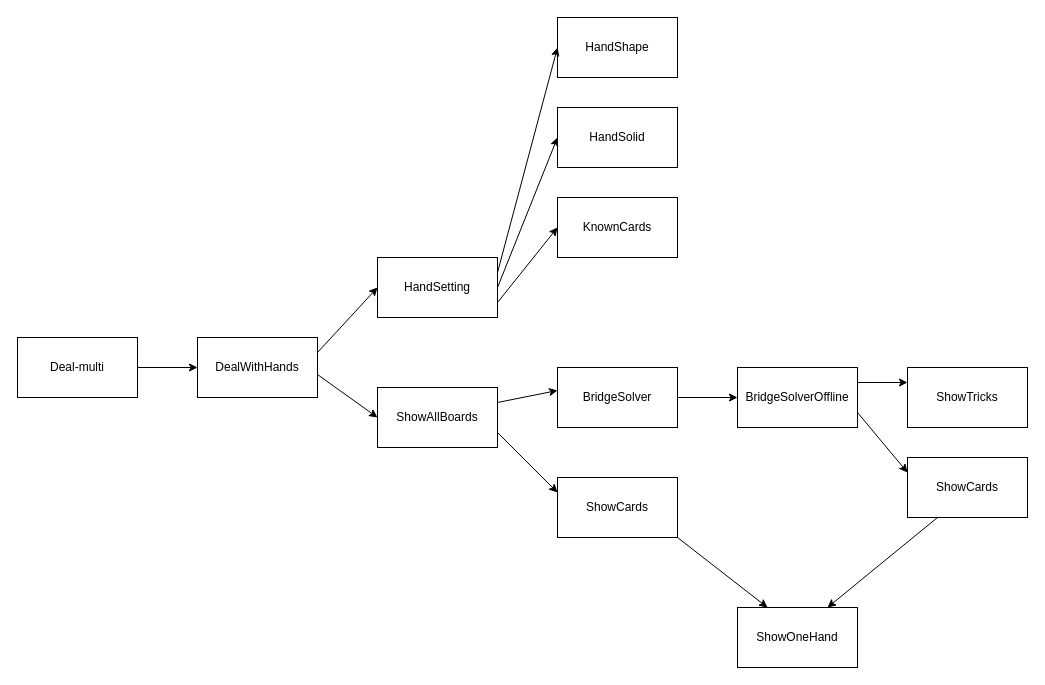
Above: architecture.drawio in S-N-O-R-L-A-X/Bridge-Tools (draw.io), before the change. Source tidied: cells renumbered, new cells numbered last; positions are measured from the earlier drawing's top-left corner, leaving out a move shared by most shapes. Both pictures are drawn from the tidied source at 100%, with x=0, y=0 at pixel (17, 17).
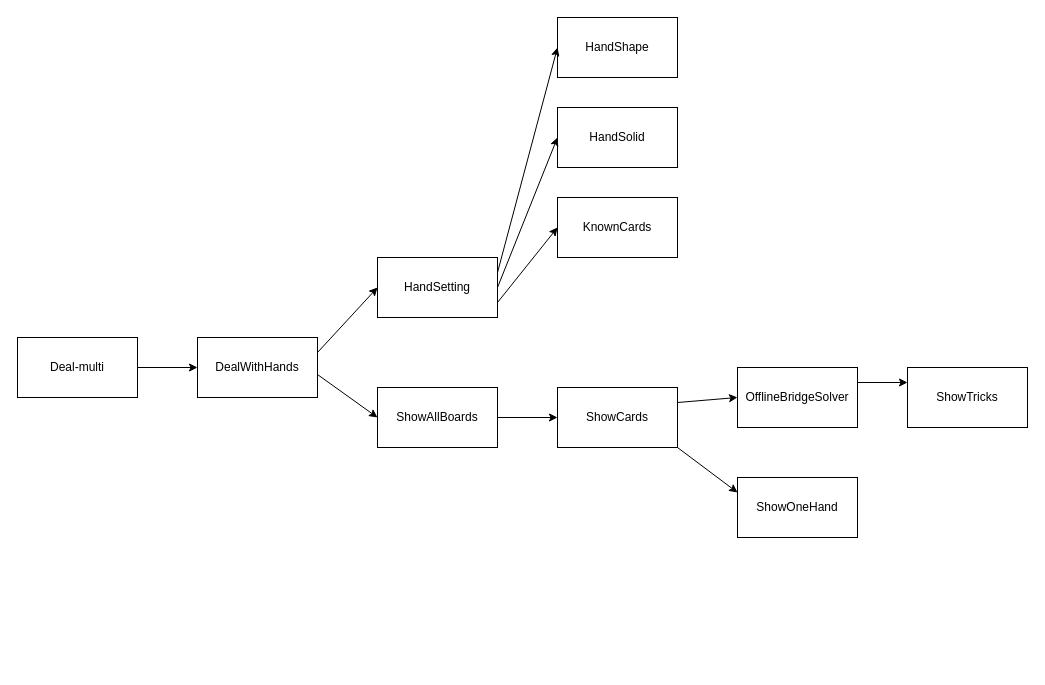
The same diagram, later.

Commit message (it also covers changes not shown here):
feat: add lazy loading for dds

The change refers to these unchanged cells:
```xml
<mxCell id="5" value="ShowAllBoards" style="rounded=0;whiteSpace=wrap;html=1;" parent="1" vertex="1">
  <mxGeometry x="360" y="370" width="120" height="60" as="geometry" />
</mxCell>
```

What changed in the source:
```diff
@@
-    <mxCell id="6" value="BridgeSolver" style="rounded=0;whiteSpace=wrap;html=1;" parent="1" vertex="1">
-      <mxGeometry x="540" y="350" width="120" height="60" as="geometry" />
-    </mxCell>
     <mxCell id="7" value="ShowCards" style="rounded=0;whiteSpace=wrap;html=1;" parent="1" vertex="1">
-      <mxGeometry x="540" y="460" width="120" height="60" as="geometry" />
+      <mxGeometry x="540" y="370" width="120" height="60" as="geometry" />
     </mxCell>
-    <mxCell id="8" value="BridgeSolverOffline" style="rounded=0;whiteSpace=wrap;html=1;" parent="1" vertex="1">
+    <mxCell id="8" value="OfflineBridgeSolver" style="rounded=0;whiteSpace=wrap;html=1;" parent="1" vertex="1">
       <mxGeometry x="720" y="350" width="120" height="60" as="geometry" />
     </mxCell>
@@
-    <mxCell id="10" value="ShowCards" style="rounded=0;whiteSpace=wrap;html=1;" parent="1" vertex="1">
-      <mxGeometry x="890" y="440" width="120" height="60" as="geometry" />
-    </mxCell>
@@
-    <mxCell id="13" style="endArrow=classic;html=1;entryX=0;entryY=0.383;entryDx=0;entryDy=0;exitX=1;exitY=0.25;exitDx=0;exitDy=0;entryPerimeter=0;" parent="1" edge="1" source="5" target="6">
-      <mxGeometry relative="1" as="geometry" />
-    </mxCell>
-    <mxCell id="14" style="endArrow=classic;html=1;entryX=0;entryY=0.25;entryDx=0;entryDy=0;exitX=1;exitY=0.75;exitDx=0;exitDy=0;" parent="1" edge="1" source="5" target="7">
+    <mxCell id="14" style="endArrow=classic;html=1;entryX=0;entryY=0.5;entryDx=0;entryDy=0;exitX=1;exitY=0.5;exitDx=0;exitDy=0;" parent="1" edge="1" source="5" target="7">
       <mxGeometry relative="1" as="geometry" />
     </mxCell>
-    <mxCell id="15" style="endArrow=classic;html=1;entryX=0;entryY=0.5;entryDx=0;entryDy=0;exitX=1;exitY=0.5;exitDx=0;exitDy=0;" parent="1" edge="1" source="6" target="8">
+    <mxCell id="15" style="endArrow=classic;html=1;entryX=0;entryY=0.5;entryDx=0;entryDy=0;exitX=1;exitY=0.25;exitDx=0;exitDy=0;" parent="1" edge="1" source="7" target="8">
       <mxGeometry relative="1" as="geometry" />
     </mxCell>
@@
-    <mxCell id="17" style="endArrow=classic;html=1;entryX=0;entryY=0.25;entryDx=0;entryDy=0;exitX=1;exitY=0.75;exitDx=0;exitDy=0;" parent="1" edge="1" source="8" target="10">
-      <mxGeometry relative="1" as="geometry" />
-    </mxCell>
@@
     <mxCell id="19" value="ShowOneHand" style="rounded=0;whiteSpace=wrap;html=1;" parent="1" vertex="1">
-      <mxGeometry x="720" y="590" width="120" height="60" as="geometry" />
+      <mxGeometry x="720" y="460" width="120" height="60" as="geometry" />
     </mxCell>
-    <mxCell id="20" style="endArrow=classic;html=1;exitX=1;exitY=1;exitDx=0;exitDy=0;entryX=0.25;entryY=0;entryDx=0;entryDy=0;" parent="1" edge="1" source="7" target="19">
+    <mxCell id="20" style="endArrow=classic;html=1;exitX=1;exitY=1;exitDx=0;exitDy=0;entryX=0;entryY=0.25;entryDx=0;entryDy=0;" parent="1" edge="1" source="7" target="19">
       <mxGeometry relative="1" as="geometry" />
     </mxCell>
-    <mxCell id="21" style="endArrow=classic;html=1;entryX=0.75;entryY=0;entryDx=0;entryDy=0;exitX=0.25;exitY=1;exitDx=0;exitDy=0;" parent="1" edge="1" source="10" target="19">
-      <mxGeometry relative="1" as="geometry" />
-    </mxCell>
```
